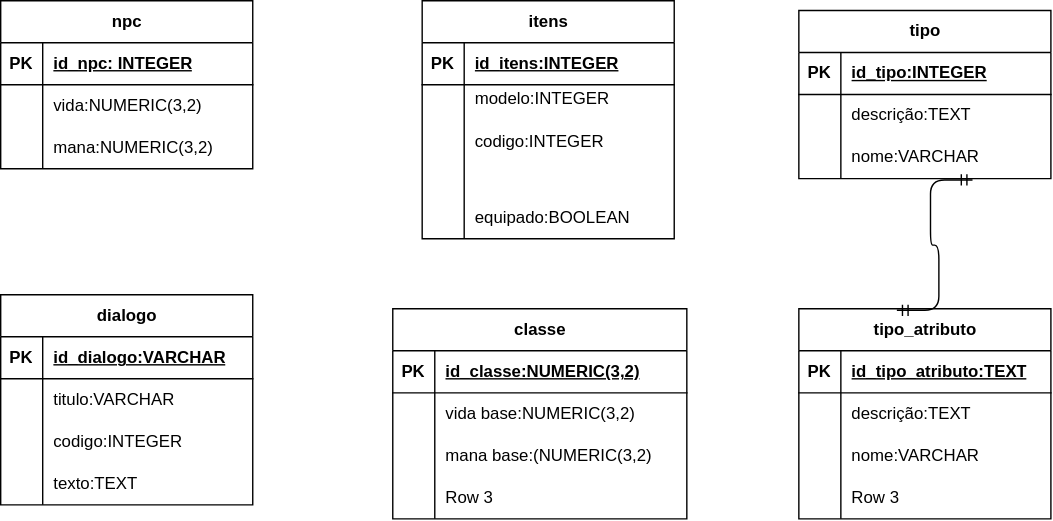
Earlier version of the draw.io export UC2/der.drawio.svg (joaopedrorodriguesdasilva164-creator/sala_de_aula). Source tidied: cells renumbered, new cells last; positions are measured from the earlier drawing's top-left corner, leaving out a move shared by most shapes.
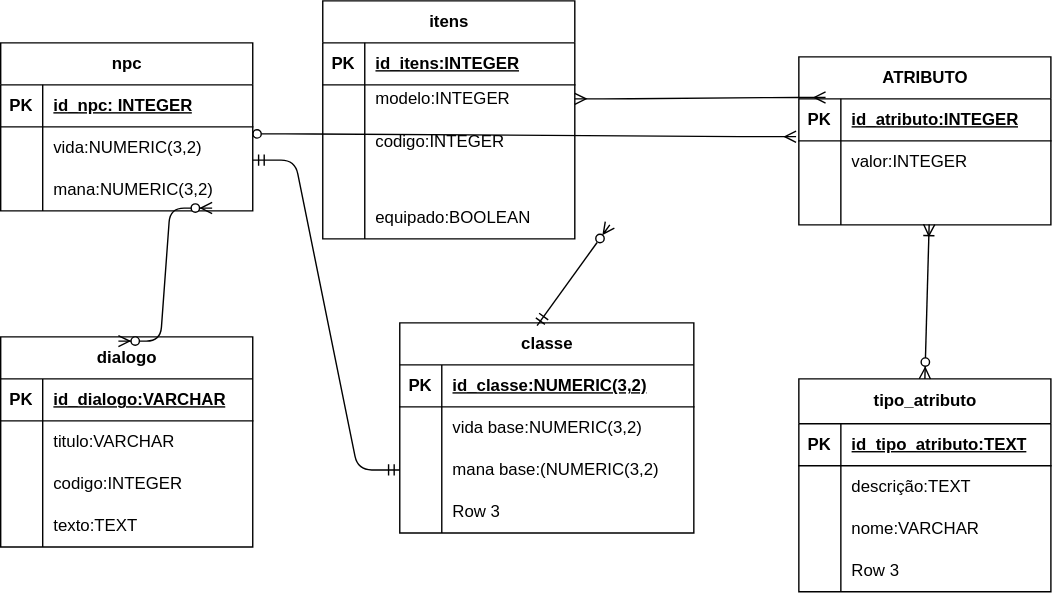
After the change.

Commit message:
aula de hoje j

Diff of the diagram source:
```diff
@@ -33,7 +33,7 @@
       <mxGeometry x="30" width="150" height="30" as="geometry" />
     </mxCell>
     <mxCell id="12" value="itens" style="shape=table;startSize=30;rowLines=0;fontStyle=1;align=center;html=1;" parent="1" vertex="1">
-      <mxGeometry x="301" width="180" height="170" as="geometry" />
+      <mxGeometry x="230" y="-30" width="180" height="170" as="geometry" />
     </mxCell>
     <mxCell id="13" style="shape=tableRow;horizontal=0;startSize=0;swimlaneHead=0;swimlaneBody=0;fillColor=none;top=0;left=0;right=0;bottom=1;" parent="12" vertex="1">
       <mxGeometry y="30" width="180" height="30" as="geometry" />
@@ -80,8 +80,8 @@
     <mxCell id="27" value="equipado:BOOLEAN" style="shape=partialRectangle;fillColor=none;top=0;left=0;bottom=0;right=0;align=left;spacingLeft=6;overflow=hidden;whiteSpace=wrap;html=1;" parent="25" vertex="1">
       <mxGeometry x="30" width="150" height="30" as="geometry" />
     </mxCell>
-    <mxCell id="28" value="tipo" style="shape=table;startSize=30;rowLines=0;fontStyle=1;align=center;html=1;" parent="1" vertex="1">
-      <mxGeometry x="570" y="7" width="180" height="120" as="geometry" />
+    <mxCell id="28" value="ATRIBUTO" style="shape=table;startSize=30;rowLines=0;fontStyle=1;align=center;html=1;" parent="1" vertex="1">
+      <mxGeometry x="570" y="10" width="180" height="120" as="geometry" />
     </mxCell>
     <mxCell id="29" style="shape=tableRow;horizontal=0;startSize=0;swimlaneHead=0;swimlaneBody=0;fillColor=none;points=[[0,0.5],[1,0.5]];portConstraint=eastwest;top=0;left=0;right=0;bottom=1;" parent="28" vertex="1">
       <mxGeometry y="30" width="180" height="30" as="geometry" />
@@ -89,7 +89,7 @@
     <mxCell id="30" value="PK" style="shape=partialRectangle;fillColor=none;top=0;left=0;bottom=0;right=0;fontStyle=1;overflow=hidden;whiteSpace=wrap;html=1;" parent="29" vertex="1">
       <mxGeometry width="30" height="30" as="geometry" />
     </mxCell>
-    <mxCell id="31" value="id_tipo:INTEGER" style="shape=partialRectangle;fillColor=none;top=0;left=0;bottom=0;right=0;align=left;spacingLeft=6;fontStyle=5;overflow=hidden;whiteSpace=wrap;html=1;" parent="29" vertex="1">
+    <mxCell id="31" value="id_atributo:INTEGER" style="shape=partialRectangle;fillColor=none;top=0;left=0;bottom=0;right=0;align=left;spacingLeft=6;fontStyle=5;overflow=hidden;whiteSpace=wrap;html=1;" parent="29" vertex="1">
       <mxGeometry x="30" width="150" height="30" as="geometry" />
     </mxCell>
     <mxCell id="32" style="shape=tableRow;horizontal=0;startSize=0;swimlaneHead=0;swimlaneBody=0;fillColor=none;points=[[0,0.5],[1,0.5]];portConstraint=eastwest;top=0;left=0;right=0;bottom=0;" parent="28" vertex="1">
@@ -98,7 +98,7 @@
     <mxCell id="33" style="shape=partialRectangle;fillColor=none;top=0;left=0;bottom=0;right=0;overflow=hidden;whiteSpace=wrap;html=1;" parent="32" vertex="1">
       <mxGeometry width="30" height="30" as="geometry" />
     </mxCell>
-    <mxCell id="34" value="descrição:TEXT" style="shape=partialRectangle;fillColor=none;top=0;left=0;bottom=0;right=0;align=left;spacingLeft=6;overflow=hidden;whiteSpace=wrap;html=1;" parent="32" vertex="1">
+    <mxCell id="34" value="valor:INTEGER" style="shape=partialRectangle;fillColor=none;top=0;left=0;bottom=0;right=0;align=left;spacingLeft=6;overflow=hidden;whiteSpace=wrap;html=1;" parent="32" vertex="1">
       <mxGeometry x="30" width="150" height="30" as="geometry" />
     </mxCell>
     <mxCell id="35" style="shape=tableRow;horizontal=0;startSize=0;swimlaneHead=0;swimlaneBody=0;fillColor=none;points=[[0,0.5],[1,0.5]];portConstraint=eastwest;top=0;left=0;right=0;bottom=0;" parent="28" vertex="1">
@@ -107,7 +107,7 @@
     <mxCell id="36" style="shape=partialRectangle;fillColor=none;top=0;left=0;bottom=0;right=0;overflow=hidden;whiteSpace=wrap;html=1;" parent="35" vertex="1">
       <mxGeometry width="30" height="30" as="geometry" />
     </mxCell>
-    <mxCell id="37" value="nome:VARCHAR" style="shape=partialRectangle;fillColor=none;top=0;left=0;bottom=0;right=0;align=left;spacingLeft=6;overflow=hidden;whiteSpace=wrap;html=1;" parent="35" vertex="1">
+    <mxCell id="37" style="shape=partialRectangle;fillColor=none;top=0;left=0;bottom=0;right=0;align=left;spacingLeft=6;overflow=hidden;whiteSpace=wrap;html=1;" parent="35" vertex="1">
       <mxGeometry x="30" width="150" height="30" as="geometry" />
     </mxCell>
     <mxCell id="38" value="dialogo" style="shape=table;startSize=30;rowLines=0;fontStyle=1;align=center;html=1;" parent="1" vertex="1">
@@ -150,7 +150,7 @@
       <mxGeometry x="30" width="150" height="30" as="geometry" />
     </mxCell>
     <mxCell id="51" value="classe" style="shape=table;startSize=30;rowLines=0;fontStyle=1;align=center;html=1;" parent="1" vertex="1">
-      <mxGeometry x="280" y="220" width="210" height="150" as="geometry" />
+      <mxGeometry x="285" y="200" width="210" height="150" as="geometry" />
     </mxCell>
     <mxCell id="52" style="shape=tableRow;horizontal=0;startSize=0;swimlaneHead=0;swimlaneBody=0;fillColor=none;top=0;left=0;right=0;bottom=1;" parent="51" vertex="1">
       <mxGeometry y="30" width="210" height="30" as="geometry" />
@@ -188,11 +188,11 @@
     <mxCell id="63" value="Row 3" style="shape=partialRectangle;fillColor=none;top=0;left=0;bottom=0;right=0;align=left;spacingLeft=6;overflow=hidden;whiteSpace=wrap;html=1;" parent="61" vertex="1">
       <mxGeometry x="30" width="180" height="30" as="geometry" />
     </mxCell>
-    <mxCell id="64" value="tipo_atributo" style="shape=table;startSize=30;rowLines=0;fontStyle=1;align=center;html=1;" parent="1" vertex="1">
-      <mxGeometry x="570" y="220" width="180" height="150" as="geometry" />
+    <mxCell id="64" value="tipo_atributo" style="shape=table;startSize=32;rowLines=0;fontStyle=1;align=center;html=1;" parent="1" vertex="1">
+      <mxGeometry x="570" y="240" width="180" height="152" as="geometry" />
     </mxCell>
     <mxCell id="65" style="shape=tableRow;horizontal=0;startSize=0;swimlaneHead=0;swimlaneBody=0;fillColor=none;top=0;left=0;right=0;bottom=1;" parent="64" vertex="1">
-      <mxGeometry y="30" width="180" height="30" as="geometry" />
+      <mxGeometry y="32" width="180" height="30" as="geometry" />
     </mxCell>
     <mxCell id="66" value="PK" style="shape=partialRectangle;fillColor=none;top=0;left=0;bottom=0;right=0;fontStyle=1;overflow=hidden;whiteSpace=wrap;html=1;" parent="65" vertex="1">
       <mxGeometry width="30" height="30" as="geometry" />
@@ -201,7 +201,7 @@
       <mxGeometry x="30" width="150" height="30" as="geometry" />
     </mxCell>
     <mxCell id="68" style="shape=tableRow;horizontal=0;startSize=0;swimlaneHead=0;swimlaneBody=0;fillColor=none;top=0;left=0;right=0;bottom=0;" parent="64" vertex="1">
-      <mxGeometry y="60" width="180" height="30" as="geometry" />
+      <mxGeometry y="62" width="180" height="30" as="geometry" />
     </mxCell>
     <mxCell id="69" style="shape=partialRectangle;fillColor=none;top=0;left=0;bottom=0;right=0;overflow=hidden;whiteSpace=wrap;html=1;" parent="68" vertex="1">
       <mxGeometry width="30" height="30" as="geometry" />
@@ -210,7 +210,7 @@
       <mxGeometry x="30" width="150" height="30" as="geometry" />
     </mxCell>
     <mxCell id="71" style="shape=tableRow;horizontal=0;startSize=0;swimlaneHead=0;swimlaneBody=0;fillColor=none;top=0;left=0;right=0;bottom=0;" parent="64" vertex="1">
-      <mxGeometry y="90" width="180" height="30" as="geometry" />
+      <mxGeometry y="92" width="180" height="30" as="geometry" />
     </mxCell>
     <mxCell id="72" style="shape=partialRectangle;fillColor=none;top=0;left=0;bottom=0;right=0;overflow=hidden;whiteSpace=wrap;html=1;" parent="71" vertex="1">
       <mxGeometry width="30" height="30" as="geometry" />
@@ -219,7 +219,7 @@
       <mxGeometry x="30" width="150" height="30" as="geometry" />
     </mxCell>
     <mxCell id="74" style="shape=tableRow;horizontal=0;startSize=0;swimlaneHead=0;swimlaneBody=0;fillColor=none;top=0;left=0;right=0;bottom=0;" parent="64" vertex="1">
-      <mxGeometry y="120" width="180" height="30" as="geometry" />
+      <mxGeometry y="122" width="180" height="30" as="geometry" />
     </mxCell>
     <mxCell id="75" style="shape=partialRectangle;fillColor=none;top=0;left=0;bottom=0;right=0;overflow=hidden;whiteSpace=wrap;html=1;" parent="74" vertex="1">
       <mxGeometry width="30" height="30" as="geometry" />
@@ -227,10 +227,27 @@
     <mxCell id="76" value="Row 3" style="shape=partialRectangle;fillColor=none;top=0;left=0;bottom=0;right=0;align=left;spacingLeft=6;overflow=hidden;whiteSpace=wrap;html=1;" parent="74" vertex="1">
       <mxGeometry x="30" width="150" height="30" as="geometry" />
     </mxCell>
-    <mxCell id="77" style="edgeStyle=entityRelationEdgeStyle;fontSize=12;html=1;endArrow=ERmandOne;startArrow=ERmandOne;exitX=0.439;exitY=0.007;exitDx=0;exitDy=0;exitPerimeter=0;entryX=0.689;entryY=1.033;entryDx=0;entryDy=0;entryPerimeter=0;" parent="1" edge="1" target="35">
-      <mxGeometry relative="1" as="geometry">
-        <mxPoint x="640" y="221" as="sourcePoint" />
-      </mxGeometry>
-    </mxCell>
+    <mxCell id="78" style="fontSize=12;html=1;endArrow=ERzeroToMany;startArrow=ERmandOne;exitX=0.467;exitY=0.013;exitDx=0;exitDy=0;exitPerimeter=0;startFill=0;endFill=0;" parent="1" edge="1" source="51">
+      <mxGeometry relative="1" as="geometry">
+        <mxPoint x="435" y="130" as="targetPoint" />
+      </mxGeometry>
+    </mxCell>
+    <mxCell id="79" style="edgeStyle=entityRelationEdgeStyle;fontSize=12;html=1;endArrow=ERzeroToMany;endFill=1;startArrow=ERzeroToMany;exitX=0.467;exitY=0.02;exitDx=0;exitDy=0;exitPerimeter=0;" parent="1" edge="1" source="38">
+      <mxGeometry relative="1" as="geometry">
+        <mxPoint x="151" y="118" as="targetPoint" />
+      </mxGeometry>
+    </mxCell>
+    <mxCell id="80" style="fontSize=12;html=1;endArrow=ERoneToMany;startArrow=ERzeroToMany;exitX=0.5;exitY=0;exitDx=0;exitDy=0;entryX=0.517;entryY=0.989;entryDx=0;entryDy=0;entryPerimeter=0;" parent="1" edge="1" source="64" target="35">
+      <mxGeometry relative="1" as="geometry" />
+    </mxCell>
+    <mxCell id="81" style="edgeStyle=entityRelationEdgeStyle;fontSize=12;html=1;endArrow=ERmandOne;startArrow=ERmandOne;entryX=0;entryY=0.5;entryDx=0;entryDy=0;exitX=1.001;exitY=0.792;exitDx=0;exitDy=0;exitPerimeter=0;" parent="1" edge="1" source="6" target="58">
+      <mxGeometry relative="1" as="geometry" />
+    </mxCell>
+    <mxCell id="82" style="edgeStyle=entityRelationEdgeStyle;fontSize=12;html=1;endArrow=ERmany;startArrow=oval;entryX=-0.011;entryY=-0.1;entryDx=0;entryDy=0;entryPerimeter=0;exitX=1.017;exitY=0.167;exitDx=0;exitDy=0;exitPerimeter=0;endFill=0;startFill=0;" parent="1" edge="1" source="6" target="32">
+      <mxGeometry relative="1" as="geometry" />
+    </mxCell>
+    <mxCell id="83" style="edgeStyle=entityRelationEdgeStyle;fontSize=12;html=1;endArrow=ERmany;startArrow=ERmany;entryX=0.106;entryY=-0.033;entryDx=0;entryDy=0;entryPerimeter=0;exitX=1;exitY=0.5;exitDx=0;exitDy=0;" parent="1" edge="1" source="16" target="29">
+      <mxGeometry relative="1" as="geometry" />
+    </mxCell>
   </root>
 </mxGraphModel>
```
